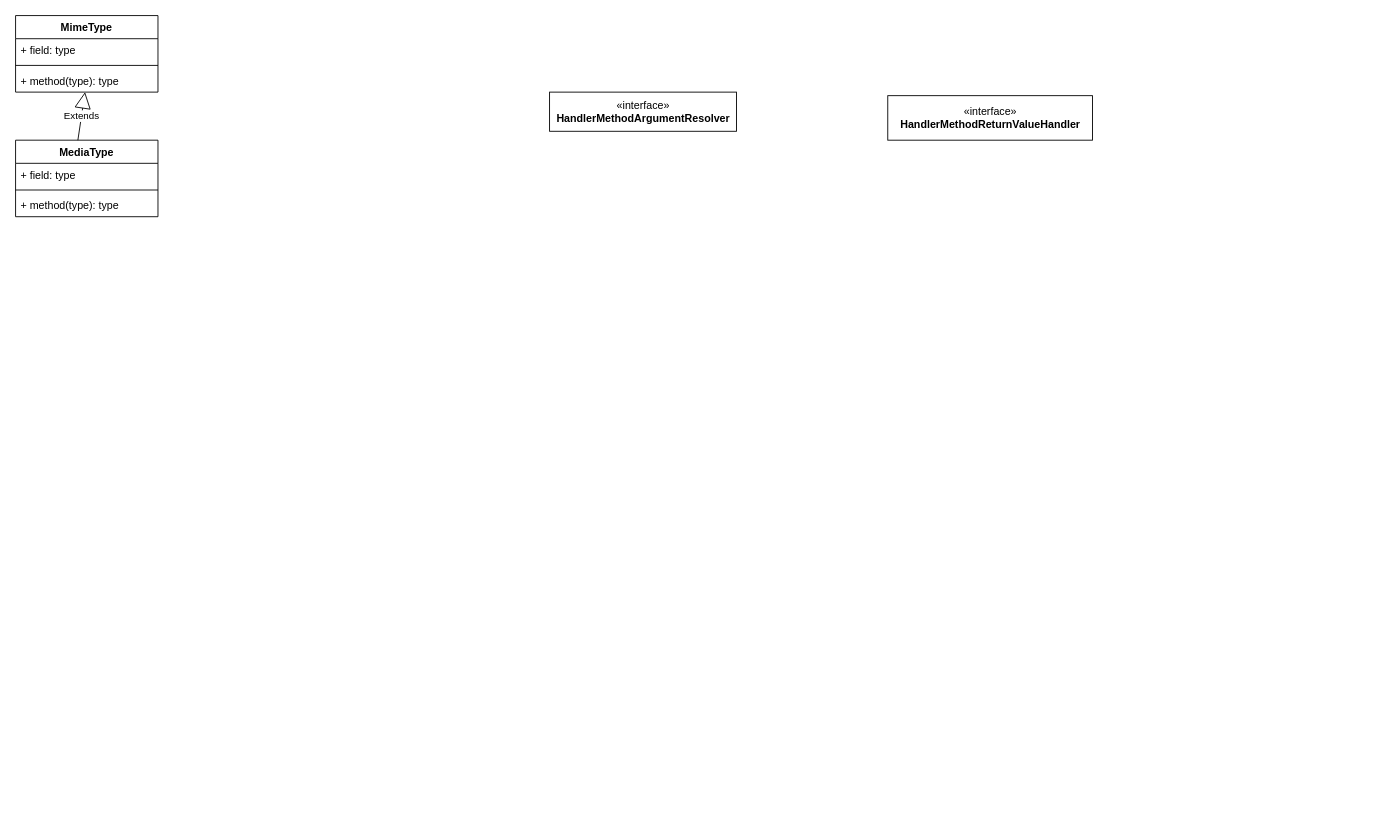
Above: page "15 web" (15 of 20) of spring/spring-framework.drawio in tadsimons/draw (draw.io), before the change. Source tidied: cells renumbered, new cells numbered last; positions are measured from the earlier drawing's top-left corner, leaving out a move shared by most shapes. Both pictures are drawn from the tidied source at 89%, with x=0, y=0 at pixel (15, 15).
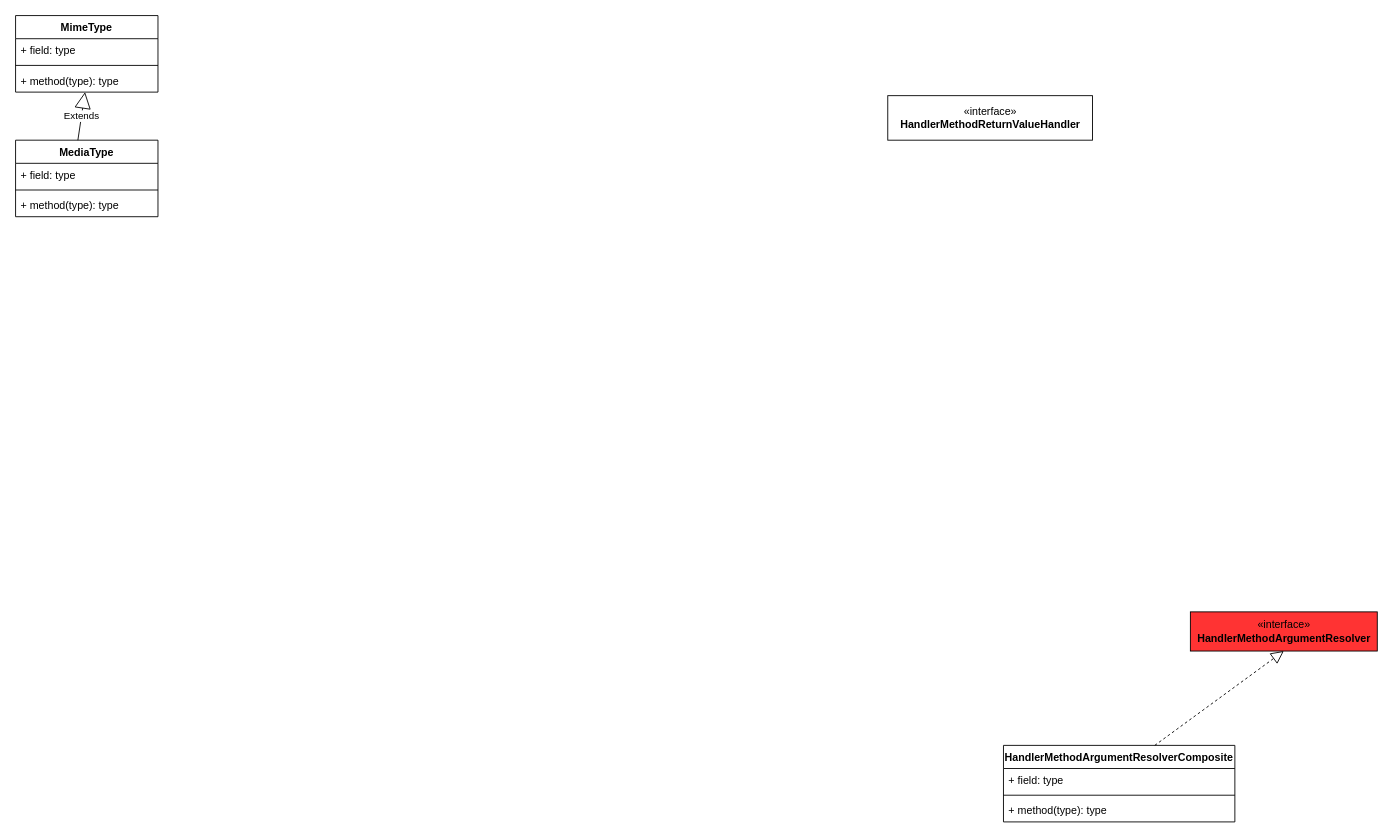
After the change.

What changed in the source:
```diff
@@
 <mxGraphModel>
   <root>
     <mxCell id="0" />
     <mxCell id="1" parent="0" />
     <mxCell id="2" value="MimeType" style="swimlane;fontStyle=1;align=center;verticalAlign=top;horizontal=1;startSize=26;" parent="1" vertex="1">
       <mxGeometry width="160" height="86" as="geometry" />
     </mxCell>
     <mxCell id="3" value="+ field: type" style="text;strokeColor=none;fillColor=none;align=left;verticalAlign=top;spacingLeft=4;spacingRight=4;overflow=hidden;" parent="2" vertex="1">
       <mxGeometry y="26" width="160" height="26" as="geometry" />
     </mxCell>
     <mxCell id="4" style="line;strokeWidth=1;fillColor=none;align=left;verticalAlign=middle;spacingTop=-1;spacingLeft=3;spacingRight=3;labelPosition=right;" parent="2" vertex="1">
       <mxGeometry y="52" width="160" height="8" as="geometry" />
     </mxCell>
     <mxCell id="5" value="+ method(type): type" style="text;strokeColor=none;fillColor=none;align=left;verticalAlign=top;spacingLeft=4;spacingRight=4;overflow=hidden;points=[[0,0.5],[1,0.5]];portConstraint=eastwest;" parent="2" vertex="1">
       <mxGeometry y="60" width="160" height="26" as="geometry" />
     </mxCell>
     <mxCell id="6" value="MediaType" style="swimlane;fontStyle=1;align=center;verticalAlign=top;horizontal=1;startSize=26;" parent="1" vertex="1">
       <mxGeometry y="140" width="160" height="86" as="geometry" />
     </mxCell>
     <mxCell id="7" value="Extends" style="endArrow=block;endSize=16;endFill=0;html=1;" parent="6" edge="1" target="5">
       <mxGeometry relative="1" as="geometry">
         <mxPoint x="70" as="sourcePoint" />
       </mxGeometry>
     </mxCell>
     <mxCell id="8" value="+ field: type" style="text;strokeColor=none;fillColor=none;align=left;verticalAlign=top;spacingLeft=4;spacingRight=4;overflow=hidden;" parent="6" vertex="1">
       <mxGeometry y="26" width="160" height="26" as="geometry" />
     </mxCell>
     <mxCell id="9" style="line;strokeWidth=1;fillColor=none;align=left;verticalAlign=middle;spacingTop=-1;spacingLeft=3;spacingRight=3;labelPosition=right;" parent="6" vertex="1">
       <mxGeometry y="52" width="160" height="8" as="geometry" />
     </mxCell>
     <mxCell id="10" value="+ method(type): type" style="text;strokeColor=none;fillColor=none;align=left;verticalAlign=top;spacingLeft=4;spacingRight=4;overflow=hidden;" parent="6" vertex="1">
       <mxGeometry y="60" width="160" height="26" as="geometry" />
     </mxCell>
-    <mxCell id="11" value="«interface»&lt;br&gt;&lt;b&gt;HandlerMethodArgumentResolver&lt;/b&gt;" style="html=1;" parent="1" vertex="1">
-      <mxGeometry x="600" y="86" width="210" height="44" as="geometry" />
+    <mxCell id="11" value="«interface»&lt;br&gt;&lt;b&gt;HandlerMethodArgumentResolver&lt;/b&gt;" style="html=1;fillColor=#FF3333;" parent="1" vertex="1">
+      <mxGeometry x="1320" y="670" width="210" height="44" as="geometry" />
     </mxCell>
     <mxCell id="12" value="«interface»&lt;br&gt;&lt;b&gt;HandlerMethodReturnValueHandler&lt;/b&gt;" style="html=1;" parent="1" vertex="1">
       <mxGeometry x="980" y="90" width="230" height="50" as="geometry" />
     </mxCell>
+    <mxCell id="13" value="HandlerMethodArgumentResolverComposite" style="swimlane;fontStyle=1;align=center;verticalAlign=top;horizontal=1;startSize=26;fillColor=#FFFFFF;" parent="1" vertex="1">
+      <mxGeometry x="1110" y="820" width="260" height="86" as="geometry" />
+    </mxCell>
+    <mxCell id="14" style="endArrow=block;dashed=1;endFill=0;endSize=12;html=1;entryX=0.5;entryY=1;entryDx=0;entryDy=0;" parent="13" edge="1" target="11">
+      <mxGeometry relative="1" as="geometry">
+        <mxPoint x="170" as="sourcePoint" />
+      </mxGeometry>
+    </mxCell>
+    <mxCell id="15" value="+ field: type" style="text;strokeColor=none;fillColor=none;align=left;verticalAlign=top;spacingLeft=4;spacingRight=4;overflow=hidden;" parent="13" vertex="1">
+      <mxGeometry y="26" width="260" height="26" as="geometry" />
+    </mxCell>
+    <mxCell id="16" style="line;strokeWidth=1;fillColor=none;align=left;verticalAlign=middle;spacingTop=-1;spacingLeft=3;spacingRight=3;labelPosition=right;" parent="13" vertex="1">
+      <mxGeometry y="52" width="260" height="8" as="geometry" />
+    </mxCell>
+    <mxCell id="17" value="+ method(type): type" style="text;strokeColor=none;fillColor=none;align=left;verticalAlign=top;spacingLeft=4;spacingRight=4;overflow=hidden;" parent="13" vertex="1">
+      <mxGeometry y="60" width="260" height="26" as="geometry" />
+    </mxCell>
   </root>
 </mxGraphModel>
```
